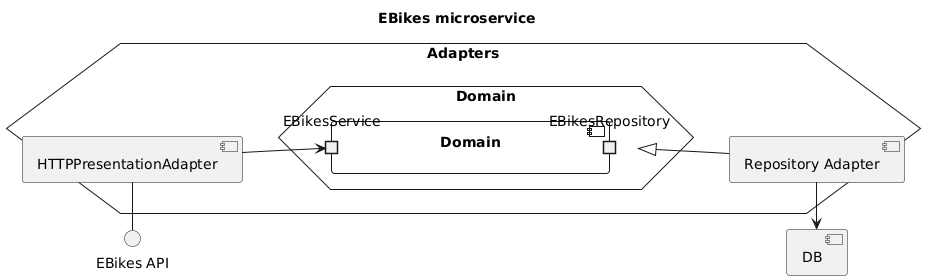
Before: doc/diagrams/ebikes-components.png, a diagram exported from PlantUML (Ventus218/SAP-assignment-03). The source it was exported from:
```plantuml
@startuml ebikes-components

title "EBikes microservice"

left to right direction

component "DB"
interface "EBikes API" as EBikesAPI

hexagon Adapters {
    hexagon Domain as DomainHex {
        component Domain {
            portout "EBikesRepository" as Repo
            portin EBikesService
        }
    }

    component "Repository Adapter" as RepoAdapter
    RepoAdapter -u-|> Repo
    RepoAdapter -l-> DB

    component "HTTPPresentationAdapter" as HTTPAdapter
    HTTPAdapter -d-> EBikesService
    HTTPAdapter -l-() EBikesAPI
}

@enduml
```
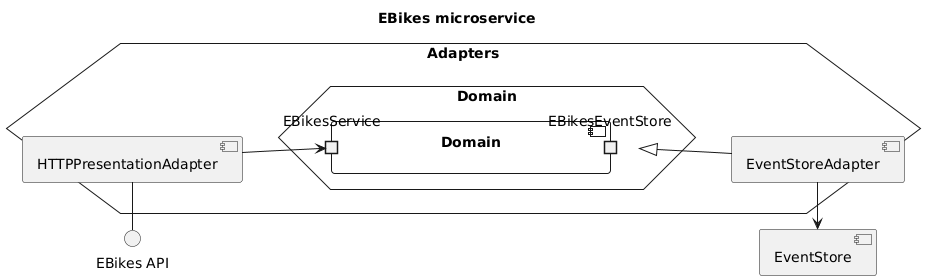
Above is the later version.

Commit message:
Automatically generated PlantUML diagrams

The edit, as a diff of the source:
```diff
@@ -4,20 +4,20 @@
 
 left to right direction
 
-component "DB"
+component EventStore
 interface "EBikes API" as EBikesAPI
 
 hexagon Adapters {
     hexagon Domain as DomainHex {
         component Domain {
-            portout "EBikesRepository" as Repo
+            portout EBikesEventStore
             portin EBikesService
         }
     }
 
-    component "Repository Adapter" as RepoAdapter
-    RepoAdapter -u-|> Repo
-    RepoAdapter -l-> DB
+    component "EventStoreAdapter" as EventStoreAdapter
+    EventStoreAdapter -u-|> EBikesEventStore
+    EventStoreAdapter -l-> EventStore
 
     component "HTTPPresentationAdapter" as HTTPAdapter
     HTTPAdapter -d-> EBikesService
```
